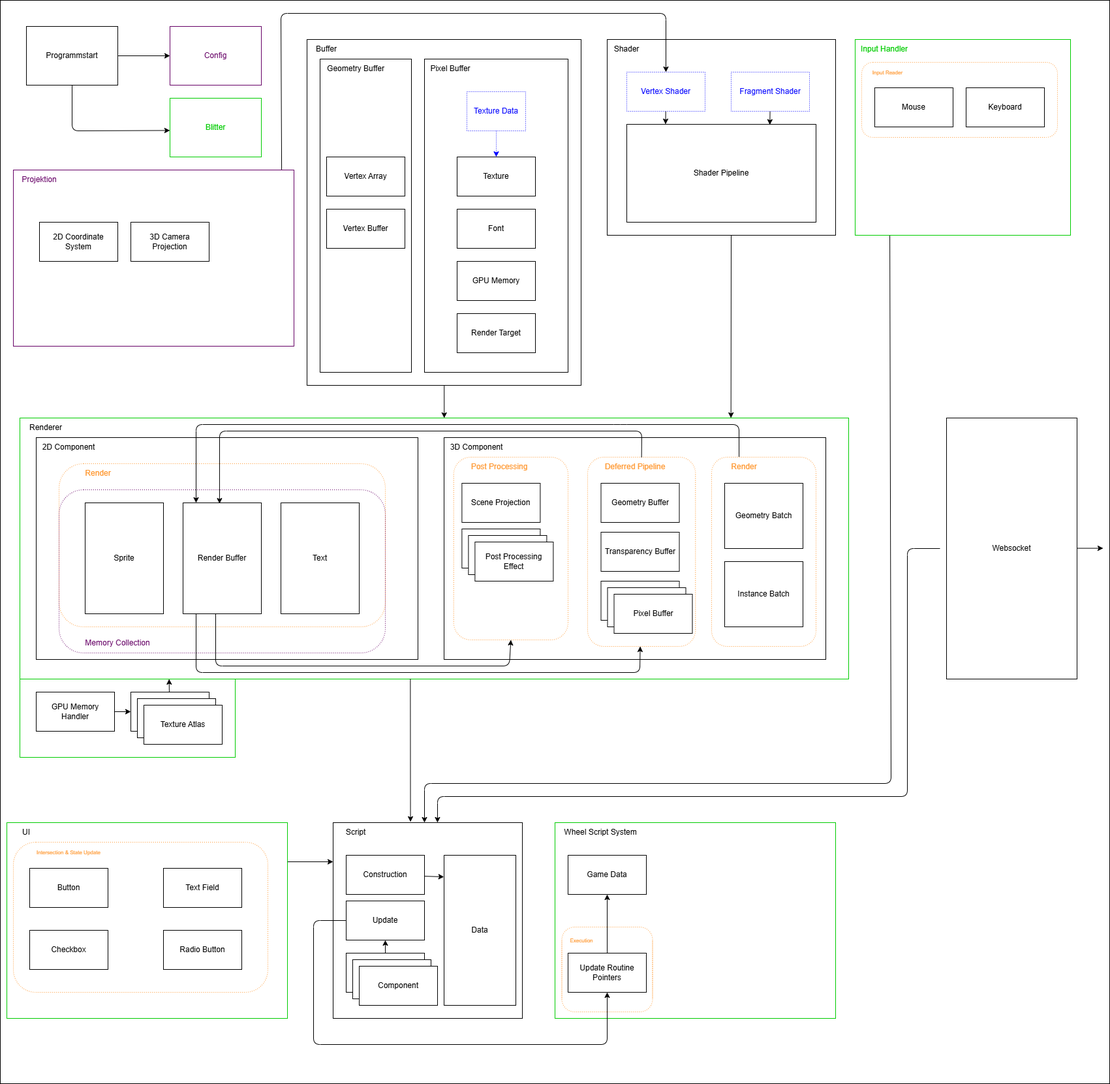
Earlier version of the draw.io export client/Dataflow.png (ptxcy/SOSE25-Projekt). Source tidied: cells renumbered, new cells last; positions are measured from the earlier drawing's top-left corner, leaving out a move shared by most shapes.
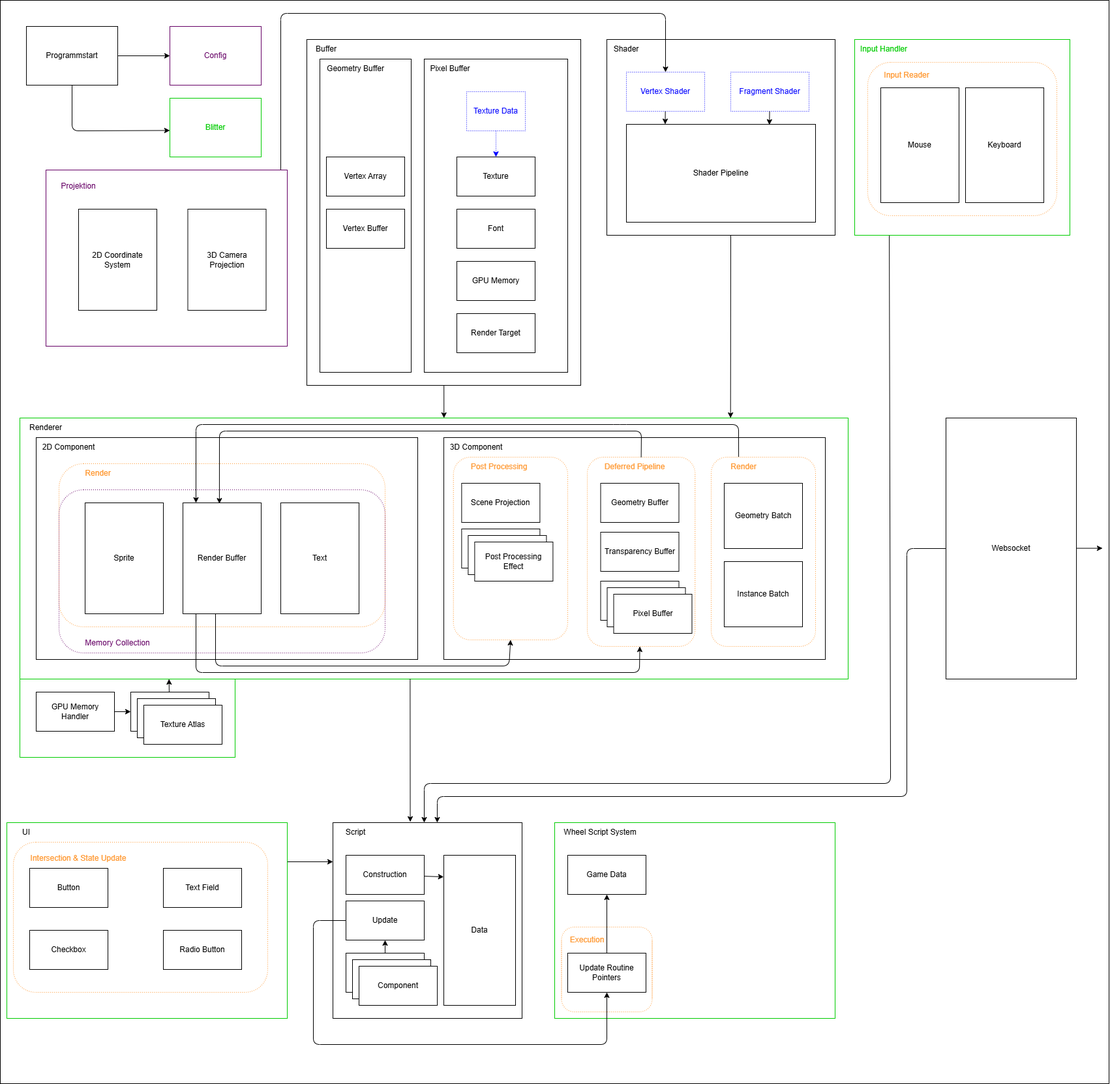
The same diagram one commit later.

Commit message:
refactor Dataflow diagram for improved layout and dimensions

The edit, as a diff of the source:
```diff
@@ -45,7 +45,7 @@
       <mxGeometry x="1310" y="60" width="330" height="300" as="geometry" />
     </mxCell>
     <mxCell id="15" style="rounded=1;whiteSpace=wrap;html=1;fillColor=none;dashed=1;dashPattern=1 2;strokeColor=light-dark(#FF9933,#EDEDED);" parent="1" vertex="1">
-      <mxGeometry x="1320" y="95" width="300" height="115" as="geometry" />
+      <mxGeometry x="1330" y="95" width="290" height="235" as="geometry" />
     </mxCell>
     <mxCell id="16" style="edgeStyle=none;html=1;entryX=0.512;entryY=0;entryDx=0;entryDy=0;entryPerimeter=0;" parent="1" edge="1" source="17" target="3">
       <mxGeometry relative="1" as="geometry" />
@@ -136,16 +136,17 @@
       <mxGeometry x="1310" y="60" width="90" height="30" as="geometry" />
     </mxCell>
     <mxCell id="44" value="Mouse" style="rounded=0;whiteSpace=wrap;html=1;" parent="1" vertex="1">
-      <mxGeometry x="1340" y="134" width="120" height="60" as="geometry" />
+      <mxGeometry x="1350" y="134" width="120" height="176" as="geometry" />
     </mxCell>
     <mxCell id="45" value="Keyboard" style="rounded=0;whiteSpace=wrap;html=1;" parent="1" vertex="1">
-      <mxGeometry x="1480" y="134" width="120" height="60" as="geometry" />
+      <mxGeometry x="1480" y="134" width="120" height="176" as="geometry" />
     </mxCell>
-    <mxCell id="46" value="&lt;font style=&quot;font-size: 8px; color: rgb(255, 153, 51);&quot;&gt;Input Reader&lt;/font&gt;" style="text;html=1;align=center;verticalAlign=middle;whiteSpace=wrap;rounded=0;" parent="1" vertex="1">
-      <mxGeometry x="1320" y="95" width="80" height="30" as="geometry" />
+    <mxCell id="46" value="&lt;font style=&quot;color: rgb(255, 153, 51);&quot;&gt;Input Reader&lt;/font&gt;" style="text;html=1;align=center;verticalAlign=middle;whiteSpace=wrap;rounded=0;" parent="1" vertex="1">
+      <mxGeometry x="1350" y="100" width="80" height="30" as="geometry" />
     </mxCell>
-    <mxCell id="47" style="edgeStyle=none;html=1;exitX=0.956;exitY=-0.002;exitDx=0;exitDy=0;exitPerimeter=0;" parent="1" edge="1" source="48" target="27">
+    <mxCell id="47" style="edgeStyle=none;html=1;" parent="1" edge="1" target="27">
       <mxGeometry relative="1" as="geometry">
+        <mxPoint x="430" y="260" as="sourcePoint" />
         <Array as="points">
           <mxPoint x="430" y="20" />
           <mxPoint x="1020" y="20" />
@@ -153,16 +154,16 @@
       </mxGeometry>
     </mxCell>
     <mxCell id="48" style="rounded=0;whiteSpace=wrap;html=1;strokeColor=#660066;" parent="1" vertex="1">
-      <mxGeometry x="20" y="260" width="430" height="270" as="geometry" />
+      <mxGeometry x="70" y="260" width="370" height="270" as="geometry" />
     </mxCell>
     <mxCell id="49" value="3D Camera Projection" style="rounded=0;whiteSpace=wrap;html=1;" parent="1" vertex="1">
-      <mxGeometry x="200" y="340" width="120" height="60" as="geometry" />
+      <mxGeometry x="287.5" y="320" width="120" height="155" as="geometry" />
     </mxCell>
     <mxCell id="50" value="2D Coordinate System" style="rounded=0;whiteSpace=wrap;html=1;" parent="1" vertex="1">
-      <mxGeometry x="60" y="340" width="120" height="60" as="geometry" />
+      <mxGeometry x="120" y="320" width="120" height="155" as="geometry" />
     </mxCell>
     <mxCell id="51" value="&lt;font style=&quot;color: rgb(102, 0, 102);&quot;&gt;Projektion&lt;/font&gt;" style="text;html=1;align=center;verticalAlign=middle;whiteSpace=wrap;rounded=0;" parent="1" vertex="1">
-      <mxGeometry x="30" y="260" width="60" height="30" as="geometry" />
+      <mxGeometry x="90" y="270" width="60" height="30" as="geometry" />
     </mxCell>
     <mxCell id="52" value="Websocket" style="rounded=0;whiteSpace=wrap;html=1;" parent="1" vertex="1">
       <mxGeometry x="1450" y="640" width="200" height="400" as="geometry" />
@@ -197,8 +198,8 @@
     <mxCell id="61" value="Radio Button" style="rounded=0;whiteSpace=wrap;html=1;" parent="1" vertex="1">
       <mxGeometry x="250" y="1425" width="120" height="60" as="geometry" />
     </mxCell>
-    <mxCell id="62" value="&lt;span style=&quot;font-size: 8px;&quot;&gt;&lt;font style=&quot;color: rgb(255, 153, 51);&quot;&gt;Intersection &amp;amp; State Update&lt;/font&gt;&lt;/span&gt;" style="text;html=1;align=center;verticalAlign=middle;whiteSpace=wrap;rounded=0;" parent="1" vertex="1">
-      <mxGeometry x="30" y="1290" width="150" height="30" as="geometry" />
+    <mxCell id="62" value="&lt;font style=&quot;color: rgb(255, 153, 51);&quot;&gt;Intersection &amp;amp; State Update&lt;/font&gt;" style="text;html=1;align=center;verticalAlign=middle;whiteSpace=wrap;rounded=0;" parent="1" vertex="1">
+      <mxGeometry x="45" y="1300" width="150" height="30" as="geometry" />
     </mxCell>
     <mxCell id="63" style="rounded=0;whiteSpace=wrap;html=1;" parent="1" vertex="1">
       <mxGeometry x="510" y="1260" width="290" height="300" as="geometry" />
@@ -251,8 +252,8 @@
     <mxCell id="77" style="rounded=1;whiteSpace=wrap;html=1;fillColor=none;dashed=1;dashPattern=1 2;strokeColor=light-dark(#FF9933,#EDEDED);" parent="1" vertex="1">
       <mxGeometry x="860.5" y="1420" width="139" height="130" as="geometry" />
     </mxCell>
-    <mxCell id="78" value="&lt;font style=&quot;font-size: 8px; color: rgb(255, 153, 51);&quot;&gt;Execution&lt;/font&gt;" style="text;html=1;align=center;verticalAlign=middle;whiteSpace=wrap;rounded=0;" parent="1" vertex="1">
-      <mxGeometry x="860.5" y="1425" width="60" height="30" as="geometry" />
+    <mxCell id="78" value="&lt;font style=&quot;color: rgb(255, 153, 51);&quot;&gt;Execution&lt;/font&gt;" style="text;html=1;align=center;verticalAlign=middle;whiteSpace=wrap;rounded=0;" parent="1" vertex="1">
+      <mxGeometry x="870" y="1425" width="60" height="30" as="geometry" />
     </mxCell>
     <mxCell id="79" style="endArrow=classic;html=1;exitX=0.176;exitY=1.002;exitDx=0;exitDy=0;exitPerimeter=0;entryX=0.5;entryY=0;entryDx=0;entryDy=0;" parent="1" edge="1">
       <mxGeometry relative="1" as="geometry">
@@ -264,9 +265,8 @@
         </Array>
       </mxGeometry>
     </mxCell>
-    <mxCell id="80" style="endArrow=classic;html=1;entryX=0.586;entryY=0;entryDx=0;entryDy=0;entryPerimeter=0;" parent="1" edge="1">
+    <mxCell id="80" style="endArrow=classic;html=1;entryX=0.586;entryY=0;entryDx=0;entryDy=0;entryPerimeter=0;exitX=0;exitY=0.5;exitDx=0;exitDy=0;" parent="1" edge="1" source="52">
       <mxGeometry relative="1" as="geometry">
-        <mxPoint x="1440" y="840" as="sourcePoint" />
         <mxPoint x="669.9" y="1260" as="targetPoint" />
         <Array as="points">
           <mxPoint x="1390" y="840" />
```
